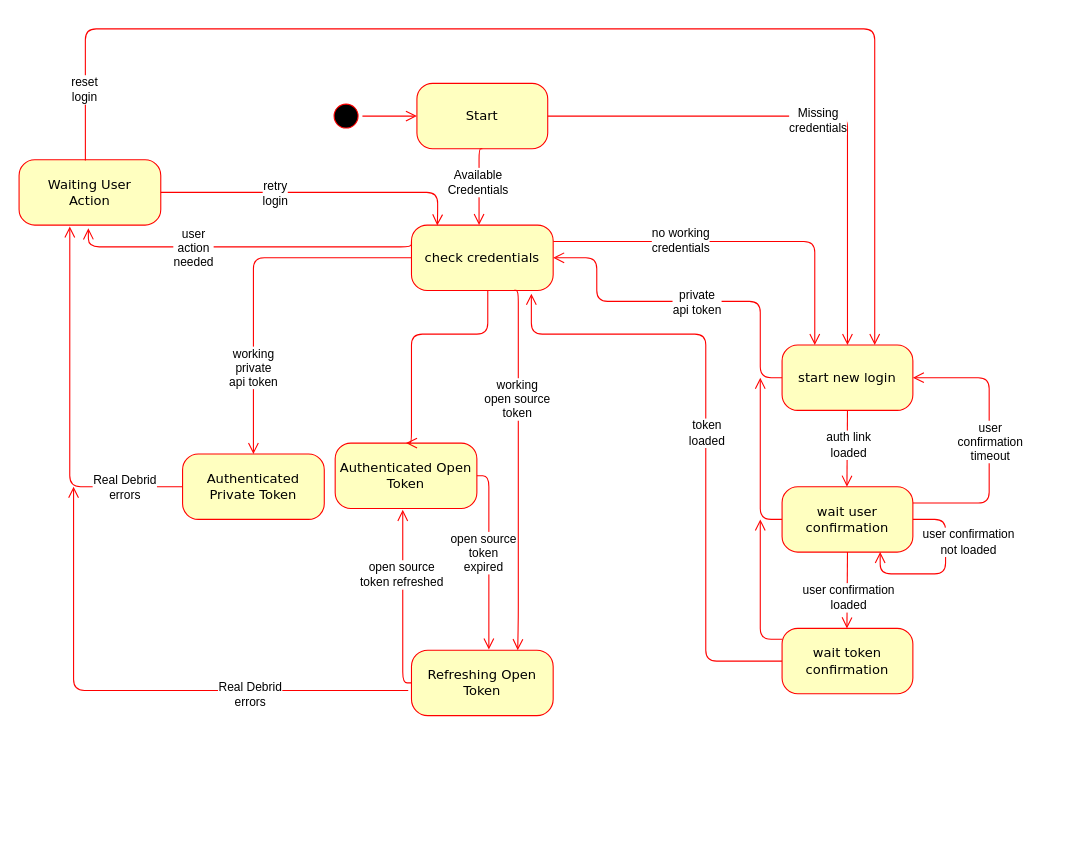
This is extra_assets/fsm_authentication.drawio from LivingWithHippos/unchained-android, a draw.io file, before an edit. Source tidied: cells renumbered, new cells numbered last; positions are measured from the earlier drawing's top-left corner, leaving out a move shared by most shapes. Both pictures are drawn from the tidied source at 109%, with x=0, y=0 at pixel (19, 28).
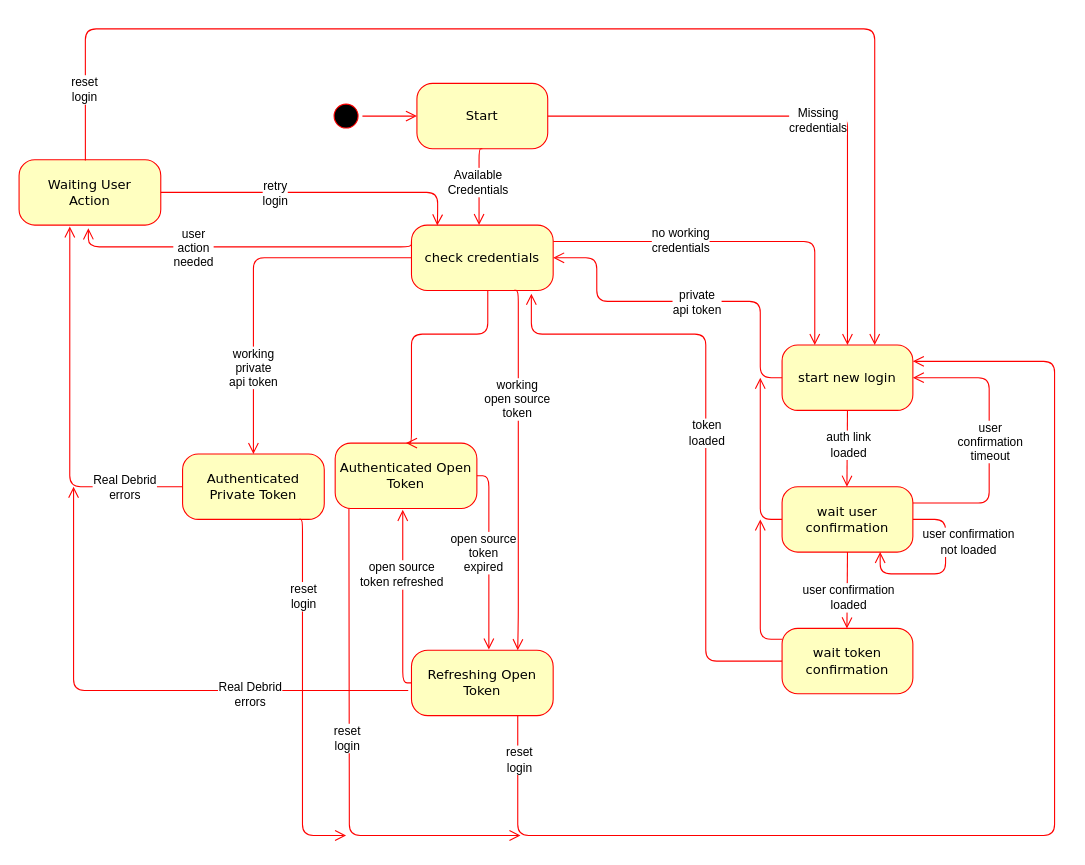
Above is the later version.

Unchanged cells that the change refers to:
```xml
<mxCell id="3" value="Authenticated Open Token" style="rounded=1;whiteSpace=wrap;html=1;arcSize=24;fillColor=#ffffc0;strokeColor=#ff0000;shadow=0;comic=0;labelBackgroundColor=none;fontFamily=Verdana;fontSize=12;fontColor=#000000;align=center;" parent="1" vertex="1">
  <mxGeometry x="290" y="380" width="130" height="60" as="geometry" />
</mxCell>
<mxCell id="9" value="start new login" style="rounded=1;whiteSpace=wrap;html=1;arcSize=24;fillColor=#ffffc0;strokeColor=#ff0000;shadow=0;comic=0;labelBackgroundColor=none;fontFamily=Verdana;fontSize=12;fontColor=#000000;align=center;" parent="1" vertex="1">
  <mxGeometry x="700" y="290" width="120" height="60" as="geometry" />
</mxCell>
<mxCell id="14" value="Refreshing Open Token" style="rounded=1;whiteSpace=wrap;html=1;arcSize=25;fillColor=#ffffc0;strokeColor=#ff0000;shadow=0;comic=0;labelBackgroundColor=none;fontFamily=Verdana;fontSize=12;fontColor=#000000;align=center;" parent="1" vertex="1">
  <mxGeometry x="360" y="570" width="130" height="60" as="geometry" />
</mxCell>
<mxCell id="34" value="&lt;div&gt;Authenticated Private Token&lt;/div&gt;" style="rounded=1;whiteSpace=wrap;html=1;arcSize=24;fillColor=#ffffc0;strokeColor=#ff0000;shadow=0;comic=0;labelBackgroundColor=none;fontFamily=Verdana;fontSize=12;fontColor=#000000;align=center;" parent="1" vertex="1">
  <mxGeometry x="150" y="390" width="130" height="60" as="geometry" />
</mxCell>
```

Change to the diagram source:
```diff
@@
+    <mxCell id="52" style="edgeStyle=orthogonalEdgeStyle;html=1;labelBackgroundColor=none;endArrow=open;endSize=8;strokeColor=#ff0000;fontFamily=Verdana;fontSize=12;align=left;entryX=1;entryY=0.25;entryDx=0;entryDy=0;exitX=0.75;exitY=1;exitDx=0;exitDy=0;" parent="1" edge="1" source="14" target="9">
+      <mxGeometry relative="1" as="geometry">
+        <Array as="points">
+          <mxPoint x="458" y="740" />
+          <mxPoint x="950" y="740" />
+          <mxPoint x="950" y="305" />
+        </Array>
+      </mxGeometry>
+    </mxCell>
+    <mxCell id="53" value="&lt;div&gt;reset&lt;/div&gt;&lt;div&gt;login&lt;br&gt;&lt;/div&gt;" style="edgeLabel;html=1;align=center;verticalAlign=middle;" parent="52" vertex="1">
+      <mxGeometry x="0.02" y="-3" relative="1" as="geometry">
+        <mxPoint x="-484" y="-73" as="offset" />
+      </mxGeometry>
+    </mxCell>
+    <mxCell id="54" style="edgeStyle=elbowEdgeStyle;html=1;labelBackgroundColor=none;endArrow=open;endSize=8;strokeColor=#ff0000;fontFamily=Verdana;fontSize=12;align=left;exitX=0.823;exitY=1;exitDx=0;exitDy=0;exitPerimeter=0;" parent="1" edge="1" source="34">
+      <mxGeometry relative="1" as="geometry">
+        <mxPoint x="300" y="740" as="targetPoint" />
+        <Array as="points">
+          <mxPoint x="260" y="609.4" />
+          <mxPoint x="448" y="569.4" />
+          <mxPoint x="348" y="559.4" />
+        </Array>
+      </mxGeometry>
+    </mxCell>
+    <mxCell id="55" value="&lt;div&gt;reset&lt;/div&gt;&lt;div&gt;login&lt;br&gt;&lt;/div&gt;" style="edgeLabel;html=1;align=center;verticalAlign=middle;" parent="1" vertex="1">
+      <mxGeometry x="260" y="520" as="geometry" />
+    </mxCell>
+    <mxCell id="56" style="edgeStyle=elbowEdgeStyle;html=1;labelBackgroundColor=none;endArrow=open;endSize=8;strokeColor=#ff0000;fontFamily=Verdana;fontSize=12;align=left;exitX=0.097;exitY=1.002;exitDx=0;exitDy=0;exitPerimeter=0;" parent="1" edge="1" source="3">
+      <mxGeometry relative="1" as="geometry">
+        <mxPoint x="460" y="740" as="targetPoint" />
+        <Array as="points">
+          <mxPoint x="303" y="730" />
+          <mxPoint x="303" y="599.4" />
+          <mxPoint x="491" y="559.4" />
+          <mxPoint x="391" y="549.4" />
+        </Array>
+      </mxGeometry>
+    </mxCell>
+    <mxCell id="57" value="&lt;div&gt;reset&lt;/div&gt;&lt;div&gt;login&lt;br&gt;&lt;/div&gt;" style="edgeLabel;html=1;align=center;verticalAlign=middle;" parent="1" vertex="1">
+      <mxGeometry x="300" y="650" as="geometry" />
+    </mxCell>
```
